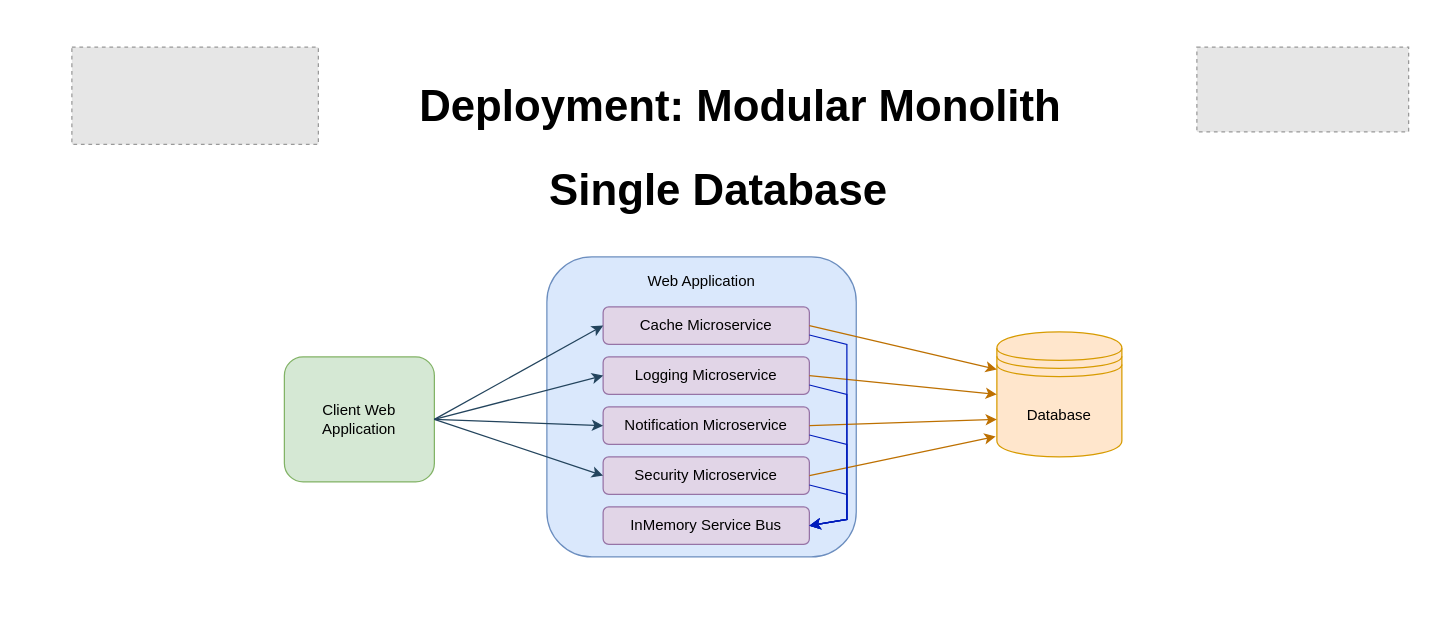
Above: page "ModularMonolithSingle" (1 of 5) of Examples.drawio in holomodular/ServiceBricks-Examples (draw.io), before the change. Source tidied: cells renumbered, new cells numbered last; positions are measured from the earlier drawing's top-left corner, leaving out a move shared by most shapes. Both pictures are drawn from the tidied source at 125%, with x=0, y=0 at pixel (71, 46). Pictures stored in the file or linked from it are replaced by grey dashed boxes.
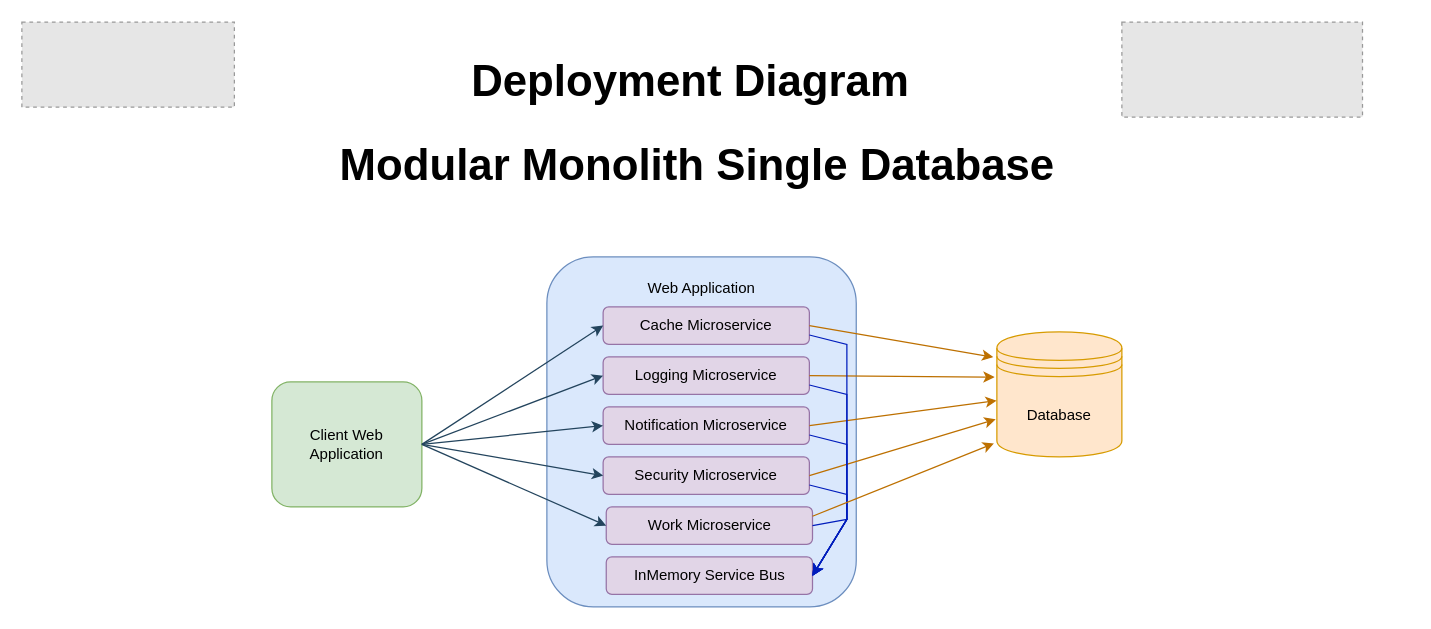
The same page after the edit.

Unchanged cells that the change refers to:
```xml
<mxCell id="4" value="Database" style="shape=datastore;whiteSpace=wrap;html=1;fillColor=#ffe6cc;strokeColor=#d79b00;" parent="1" vertex="1">
  <mxGeometry x="740" y="228" width="100" height="100" as="geometry" />
</mxCell>
<mxCell id="5" value="Cache Microservice" style="rounded=1;whiteSpace=wrap;html=1;fillColor=#e1d5e7;strokeColor=#9673a6;" parent="1" vertex="1">
  <mxGeometry x="425" y="208" width="165" height="30" as="geometry" />
</mxCell>
<mxCell id="6" value="Logging Microservice" style="rounded=1;whiteSpace=wrap;html=1;fillColor=#e1d5e7;strokeColor=#9673a6;" parent="1" vertex="1">
  <mxGeometry x="425" y="248" width="165" height="30" as="geometry" />
</mxCell>
<mxCell id="7" value="Notification Microservice" style="rounded=1;whiteSpace=wrap;html=1;fillColor=#e1d5e7;strokeColor=#9673a6;" parent="1" vertex="1">
  <mxGeometry x="425" y="288" width="165" height="30" as="geometry" />
</mxCell>
<mxCell id="8" value="Security Microservice" style="rounded=1;whiteSpace=wrap;html=1;fillColor=#e1d5e7;strokeColor=#9673a6;" parent="1" vertex="1">
  <mxGeometry x="425" y="328" width="165" height="30" as="geometry" />
</mxCell>
```

Change to the diagram source:
```diff
@@
     <mxCell id="2" value="Client Web Application" style="rounded=1;whiteSpace=wrap;html=1;fillColor=#d5e8d4;strokeColor=#82b366;" parent="1" vertex="1">
-      <mxGeometry x="170" y="248" width="120" height="100" as="geometry" />
+      <mxGeometry x="160" y="268" width="120" height="100" as="geometry" />
     </mxCell>
-    <mxCell id="3" value="Web Application&lt;div&gt;&lt;br&gt;&lt;/div&gt;&lt;div&gt;&lt;br&gt;&lt;/div&gt;&lt;div&gt;&lt;br&gt;&lt;/div&gt;&lt;div&gt;&lt;br&gt;&lt;/div&gt;&lt;div&gt;&lt;br&gt;&lt;/div&gt;&lt;div&gt;&lt;br&gt;&lt;/div&gt;&lt;div&gt;&lt;br&gt;&lt;/div&gt;&lt;div&gt;&lt;br&gt;&lt;/div&gt;&lt;div&gt;&lt;br&gt;&lt;/div&gt;&lt;div&gt;&lt;br&gt;&lt;/div&gt;&lt;div&gt;&lt;br&gt;&lt;/div&gt;&lt;div&gt;&lt;br&gt;&lt;/div&gt;&lt;div&gt;&lt;br&gt;&lt;/div&gt;&lt;div&gt;&lt;br&gt;&lt;/div&gt;" style="rounded=1;whiteSpace=wrap;html=1;fillColor=#dae8fc;strokeColor=#6c8ebf;" parent="1" vertex="1">
-      <mxGeometry x="380" y="168" width="247.5" height="240" as="geometry" />
+    <mxCell id="3" value="Web Application&lt;div&gt;&lt;br&gt;&lt;/div&gt;&lt;div&gt;&lt;br&gt;&lt;/div&gt;&lt;div&gt;&lt;br&gt;&lt;/div&gt;&lt;div&gt;&lt;br&gt;&lt;/div&gt;&lt;div&gt;&lt;br&gt;&lt;/div&gt;&lt;div&gt;&lt;br&gt;&lt;/div&gt;&lt;div&gt;&lt;br&gt;&lt;/div&gt;&lt;div&gt;&lt;br&gt;&lt;/div&gt;&lt;div&gt;&lt;br&gt;&lt;/div&gt;&lt;div&gt;&lt;br&gt;&lt;/div&gt;&lt;div&gt;&lt;br&gt;&lt;/div&gt;&lt;div&gt;&lt;br&gt;&lt;/div&gt;&lt;div&gt;&lt;br&gt;&lt;/div&gt;&lt;div&gt;&lt;br&gt;&lt;/div&gt;&lt;div&gt;&lt;br&gt;&lt;/div&gt;&lt;div&gt;&lt;br&gt;&lt;/div&gt;" style="rounded=1;whiteSpace=wrap;html=1;fillColor=#dae8fc;strokeColor=#6c8ebf;" parent="1" vertex="1">
+      <mxGeometry x="380" y="168" width="247.5" height="280" as="geometry" />
     </mxCell>
@@
-    <mxCell id="10" style="endArrow=classic;html=1;rounded=0;exitX=1;exitY=0.5;exitDx=0;exitDy=0;entryX=0;entryY=0.3;entryDx=0;entryDy=0;fillColor=#f0a30a;strokeColor=#BD7000;" parent="1" edge="1" source="5" target="4">
+    <mxCell id="10" style="endArrow=classic;html=1;rounded=0;exitX=1;exitY=0.5;exitDx=0;exitDy=0;entryX=-0.029;entryY=0.202;entryDx=0;entryDy=0;fillColor=#f0a30a;strokeColor=#BD7000;entryPerimeter=0;" parent="1" edge="1" source="5" target="4">
       <mxGeometry relative="1" as="geometry" />
     </mxCell>
-    <mxCell id="11" style="endArrow=classic;html=1;rounded=0;exitX=1;exitY=0.5;exitDx=0;exitDy=0;entryX=0;entryY=0.5;entryDx=0;entryDy=0;fillColor=#f0a30a;strokeColor=#BD7000;" parent="1" edge="1" source="6" target="4">
+    <mxCell id="11" style="endArrow=classic;html=1;rounded=0;exitX=1;exitY=0.5;exitDx=0;exitDy=0;entryX=-0.018;entryY=0.362;entryDx=0;entryDy=0;fillColor=#f0a30a;strokeColor=#BD7000;entryPerimeter=0;" parent="1" edge="1" source="6" target="4">
       <mxGeometry relative="1" as="geometry" />
     </mxCell>
-    <mxCell id="12" style="endArrow=classic;html=1;rounded=0;exitX=1;exitY=0.5;exitDx=0;exitDy=0;entryX=0;entryY=0.7;entryDx=0;entryDy=0;fillColor=#f0a30a;strokeColor=#BD7000;" parent="1" edge="1" source="7" target="4">
+    <mxCell id="12" style="endArrow=classic;html=1;rounded=0;exitX=1;exitY=0.5;exitDx=0;exitDy=0;fillColor=#f0a30a;strokeColor=#BD7000;entryX=-0.001;entryY=0.55;entryDx=0;entryDy=0;entryPerimeter=0;" parent="1" edge="1" source="7" target="4">
       <mxGeometry relative="1" as="geometry" />
     </mxCell>
-    <mxCell id="13" style="endArrow=classic;html=1;rounded=0;exitX=1;exitY=0.5;exitDx=0;exitDy=0;entryX=-0.01;entryY=0.837;entryDx=0;entryDy=0;entryPerimeter=0;fillColor=#f0a30a;strokeColor=#BD7000;" parent="1" edge="1" source="8" target="4">
-      <mxGeometry relative="1" as="geometry" />
+    <mxCell id="13" style="endArrow=classic;html=1;rounded=0;exitX=1;exitY=0.5;exitDx=0;exitDy=0;fillColor=#f0a30a;strokeColor=#BD7000;" parent="1" edge="1" source="8">
+      <mxGeometry relative="1" as="geometry">
+        <mxPoint x="739" y="298" as="targetPoint" />
+      </mxGeometry>
     </mxCell>
-    <mxCell id="14" style="fillColor=#E6E6E6;strokeColor=#999999;dashed=1;verticalLabelPosition=bottom;labelBackgroundColor=default;verticalAlign=top;" parent="1" vertex="1">
-      <mxGeometry x="900" y="0.2" width="169.4" height="67.8" as="geometry" />
-    </mxCell>
-    <mxCell id="15" style="fillColor=#E6E6E6;strokeColor=#999999;dashed=1;verticalLabelPosition=bottom;labelBackgroundColor=default;verticalAlign=top;" parent="1" vertex="1">
-      <mxGeometry y="0.2" width="197.2" height="77.8" as="geometry" />
-    </mxCell>
-    <mxCell id="16" value="Deployment:&amp;nbsp;&lt;span style=&quot;background-color: initial;&quot;&gt;Modular Monolith&lt;/span&gt;" style="text;html=1;align=center;verticalAlign=middle;whiteSpace=wrap;rounded=0;fontStyle=1;fontSize=35;" parent="1" vertex="1">
-      <mxGeometry x="250" y="0.2" width="570" height="93.9" as="geometry" />
+    <mxCell id="16" value="Deployment Diagram" style="text;html=1;align=center;verticalAlign=middle;whiteSpace=wrap;rounded=0;fontStyle=1;fontSize=35;" parent="1" vertex="1">
+      <mxGeometry x="210" y="-19.8" width="570" height="93.9" as="geometry" />
     </mxCell>
-    <mxCell id="17" value="Single Database" style="text;html=1;align=center;verticalAlign=middle;whiteSpace=wrap;rounded=0;fontStyle=1;fontSize=35;" parent="1" vertex="1">
-      <mxGeometry x="250" y="94.1" width="535" height="40" as="geometry" />
+    <mxCell id="17" value="Modular Monolith Single Database" style="text;html=1;align=center;verticalAlign=middle;whiteSpace=wrap;rounded=0;fontStyle=1;fontSize=35;" parent="1" vertex="1">
+      <mxGeometry x="203" y="74.1" width="595" height="40" as="geometry" />
     </mxCell>
     <mxCell id="18" value="InMemory Service Bus" style="rounded=1;whiteSpace=wrap;html=1;fillColor=#e1d5e7;strokeColor=#9673a6;" parent="1" vertex="1">
-      <mxGeometry x="425" y="368" width="165" height="30" as="geometry" />
+      <mxGeometry x="427.5" y="408" width="165" height="30" as="geometry" />
     </mxCell>
@@
+    <mxCell id="26" style="fillColor=#E6E6E6;strokeColor=#999999;dashed=1;verticalLabelPosition=bottom;labelBackgroundColor=default;verticalAlign=top;" parent="1" vertex="1">
+      <mxGeometry x="840" y="-19.8" width="192.5" height="75.9" as="geometry" />
+    </mxCell>
+    <mxCell id="27" style="fillColor=#E6E6E6;strokeColor=#999999;dashed=1;verticalLabelPosition=bottom;labelBackgroundColor=default;verticalAlign=top;" parent="1" vertex="1">
+      <mxGeometry x="-40" y="-19.8" width="170" height="68" as="geometry" />
+    </mxCell>
+    <mxCell id="28" value="Work Microservice" style="rounded=1;whiteSpace=wrap;html=1;fillColor=#e1d5e7;strokeColor=#9673a6;" parent="1" vertex="1">
+      <mxGeometry x="427.5" y="368" width="165" height="30" as="geometry" />
+    </mxCell>
+    <mxCell id="29" style="endArrow=classic;html=1;rounded=0;exitX=1;exitY=0.5;exitDx=0;exitDy=0;entryX=0;entryY=0.5;entryDx=0;entryDy=0;fillColor=#bac8d3;strokeColor=#23445d;" parent="1" edge="1" source="2" target="28">
+      <mxGeometry relative="1" as="geometry" />
+    </mxCell>
+    <mxCell id="30" style="endArrow=classic;html=1;rounded=0;fillColor=#0050ef;strokeColor=#001DBC;exitX=1;exitY=0.5;exitDx=0;exitDy=0;entryX=1;entryY=0.5;entryDx=0;entryDy=0;" parent="1" edge="1" source="28" target="18">
+      <mxGeometry relative="1" as="geometry">
+        <Array as="points">
+          <mxPoint x="620" y="378" />
+        </Array>
+      </mxGeometry>
+    </mxCell>
+    <mxCell id="31" style="endArrow=classic;html=1;rounded=0;exitX=1;exitY=0.25;exitDx=0;exitDy=0;entryX=-0.023;entryY=0.892;entryDx=0;entryDy=0;entryPerimeter=0;fillColor=#f0a30a;strokeColor=#BD7000;" parent="1" edge="1" source="28" target="4">
+      <mxGeometry relative="1" as="geometry" />
+    </mxCell>
```
